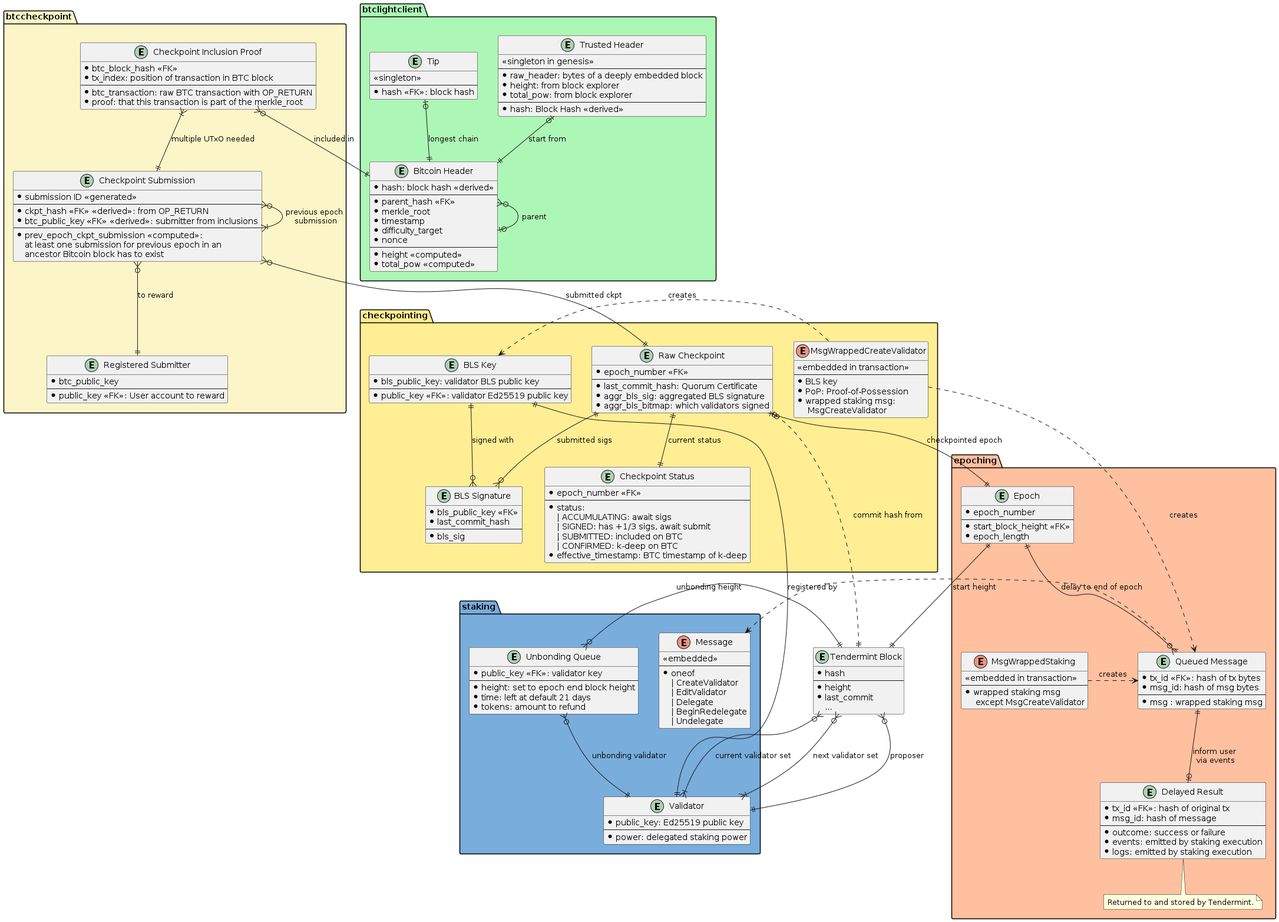
Earlier version of the PlantUML export docs/diagrams/database_schema.png (babylonchain/babylon).
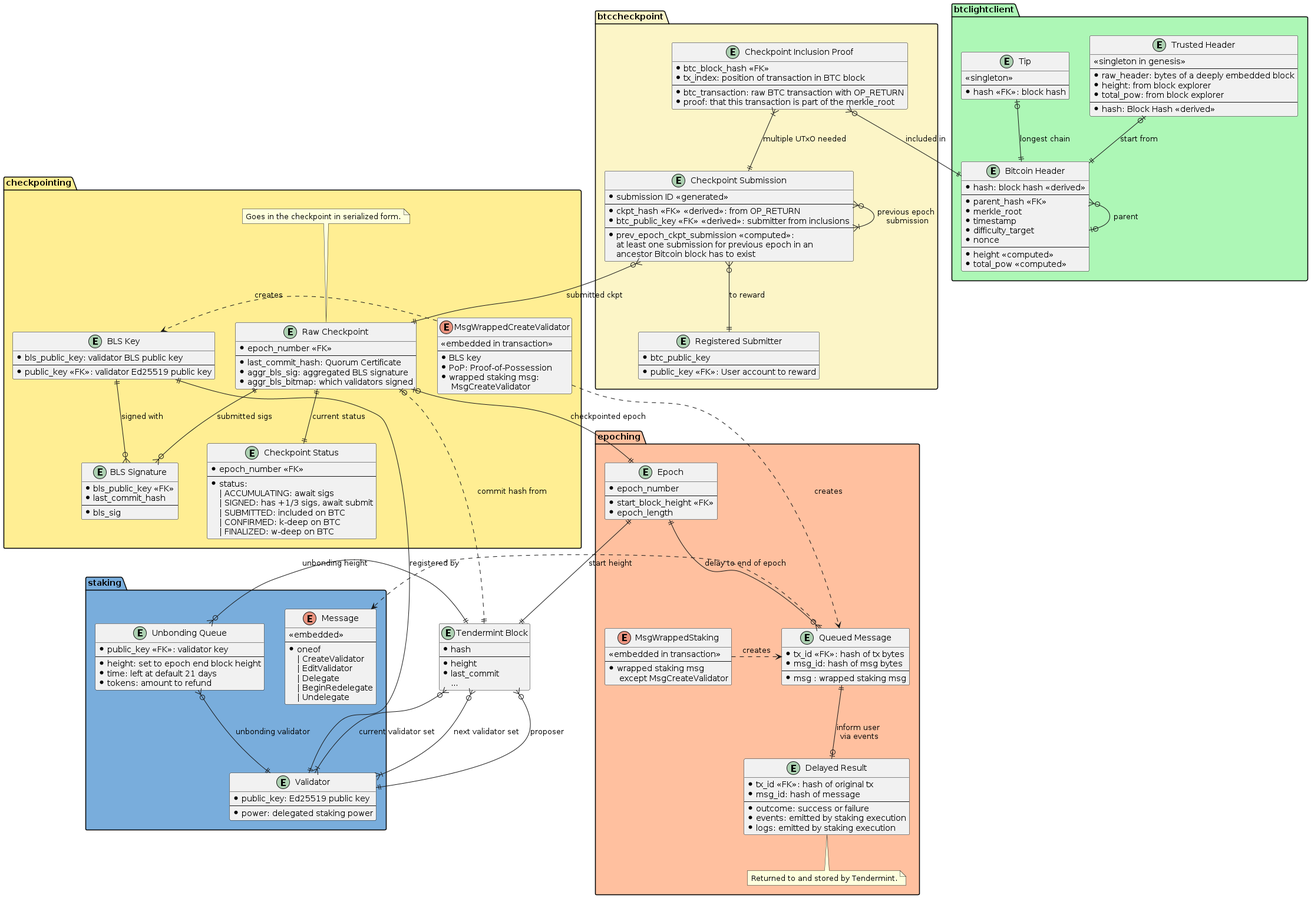
The same diagram one commit later.

Change to the diagram source:
```diff
@@ -76,6 +76,9 @@
     * aggr_bls_sig: aggregated BLS signature
     * aggr_bls_bitmap: which validators signed
   }
+  note top
+    Goes in the checkpoint in serialized form.
+  end note
 
   entity "Checkpoint Status" as ckpt_status {
     * epoch_number <<FK>>
@@ -85,7 +88,7 @@
       | SIGNED: has +1/3 sigs, await submit
       | SUBMITTED: included on BTC
       | CONFIRMED: k-deep on BTC
-    * effective_timestamp: BTC timestamp of k-deep
+      | FINALIZED: w-deep on BTC
   }
 
   entity "BLS Key" as bls_key {
```
